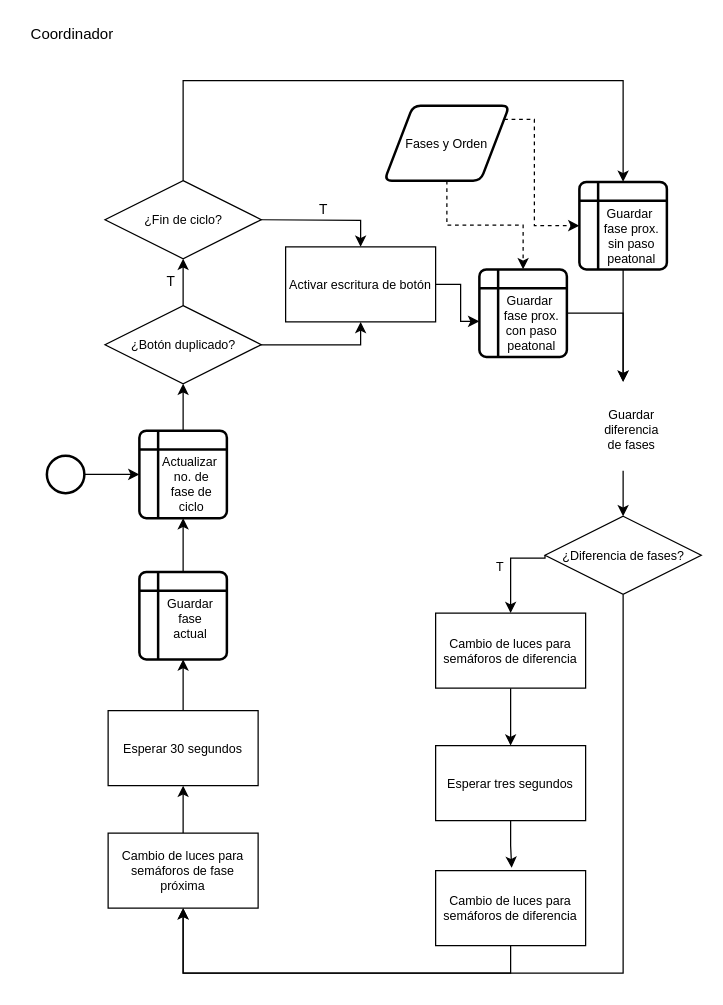
arielarevalo/pi-arquitectura-ensamblador keeps this draw.io diagram as page "Coordinador" (2 of 2) of design/assets/diagrama.drawio. Above is the earlier version. Source tidied: cells renumbered, new cells numbered last; positions are measured from the earlier drawing's top-left corner, leaving out a move shared by most shapes. Both pictures are drawn from the tidied source at 125%, with x=0, y=0 at pixel (21, 21).
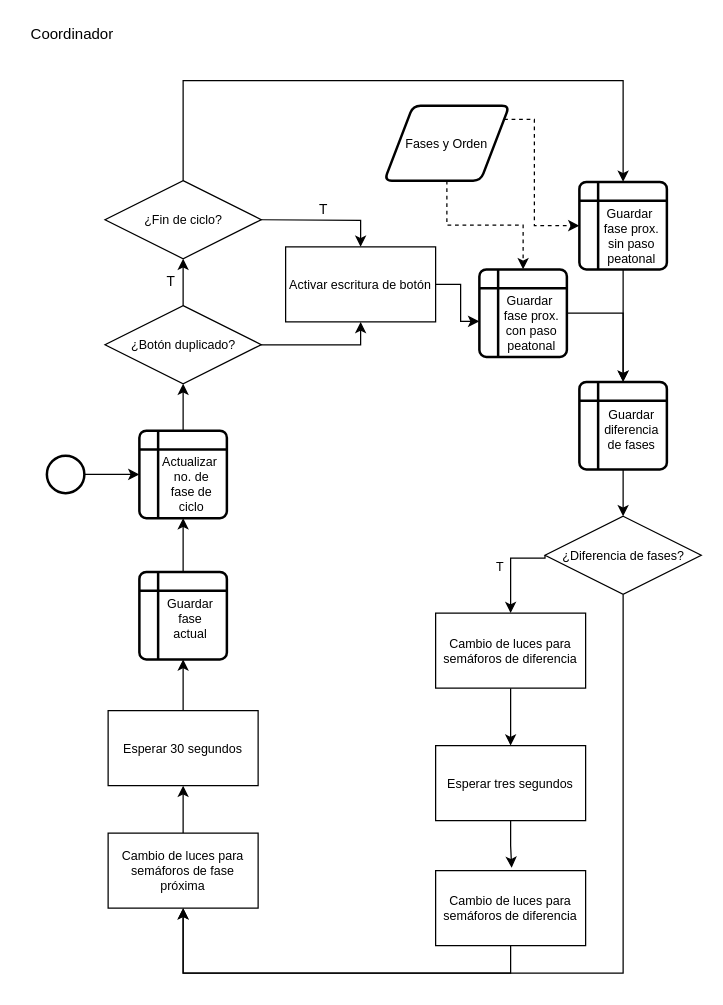
After the change.

Change to the diagram source:
```diff
@@
-    <mxCell id="22" value="&lt;div style=&quot;&quot;&gt;Guardar&lt;/div&gt;&lt;div style=&quot;&quot;&gt;diferencia&lt;/div&gt;&lt;div style=&quot;&quot;&gt;de fases&lt;/div&gt;" style="shape=internalStorage;whiteSpace=wrap;html=1;dx=15;dy=15;rounded=1;arcSize=8;strokeWidth=2;fontSize=10;align=center;spacingLeft=14;spacingTop=6;strokeColor=#FFFFFF;" parent="1" vertex="1">
+    <mxCell id="22" value="&lt;div style=&quot;&quot;&gt;Guardar&lt;/div&gt;&lt;div style=&quot;&quot;&gt;diferencia&lt;/div&gt;&lt;div style=&quot;&quot;&gt;de fases&lt;/div&gt;" style="shape=internalStorage;whiteSpace=wrap;html=1;dx=15;dy=15;rounded=1;arcSize=8;strokeWidth=2;fontSize=10;align=center;spacingLeft=14;spacingTop=6;strokeColor=#000000;" parent="1" vertex="1">
       <mxGeometry x="446" y="288" width="70" height="70" as="geometry" />
     </mxCell>
```
